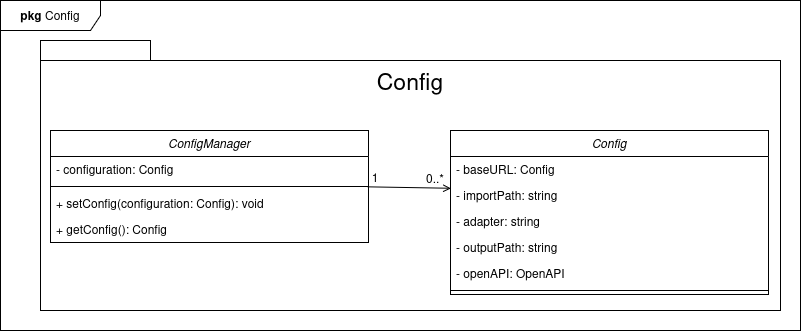
Earlier version of the draw.io export Documentacao/Diagrama de classes/config.drawio.png (ICEI-PUC-Minas-PPLES-TI/plf-es-2025-2-tcci-0393100-dev-arthur-gomes). Source tidied: cells renumbered, new cells last; positions are measured from the earlier drawing's top-left corner, leaving out a move shared by most shapes. Source of this version:
```xml
<mxGraphModel>
  <root>
    <mxCell id="0" />
    <mxCell id="1" parent="0" />
    <mxCell id="2" style="shape=folder;fontStyle=1;spacingTop=10;tabWidth=110;tabHeight=20;tabPosition=left;html=1;whiteSpace=wrap;" parent="1" vertex="1">
      <mxGeometry x="40" y="40" width="740" height="270" as="geometry" />
    </mxCell>
    <mxCell id="3" value="&lt;font style=&quot;font-size: 23px;&quot;&gt;Config&lt;/font&gt;" style="text;html=1;whiteSpace=wrap;strokeColor=none;fillColor=none;align=center;verticalAlign=middle;rounded=0;fontSize=17;" parent="1" vertex="1">
      <mxGeometry x="360" y="60" width="100" height="40" as="geometry" />
    </mxCell>
    <mxCell id="4" style="edgeStyle=orthogonalEdgeStyle;rounded=0;orthogonalLoop=1;jettySize=auto;html=1;exitX=0.5;exitY=1;exitDx=0;exitDy=0;exitPerimeter=0;" parent="1" edge="1" source="2" target="2">
      <mxGeometry relative="1" as="geometry" />
    </mxCell>
    <mxCell id="5" value="ConfigManager" style="swimlane;fontStyle=2;align=center;verticalAlign=top;horizontal=1;startSize=26;rounded=0;shadow=0;strokeWidth=1;" parent="1" vertex="1">
      <mxGeometry x="50" y="130" width="318" height="112" as="geometry" />
    </mxCell>
    <mxCell id="6" value="- configuration: Config" style="text;align=left;verticalAlign=top;spacingLeft=4;spacingRight=4;overflow=hidden;" parent="5" vertex="1">
      <mxGeometry y="26" width="318" height="26" as="geometry" />
    </mxCell>
    <mxCell id="7" style="line;html=1;strokeWidth=1;align=left;verticalAlign=middle;spacingTop=-1;spacingLeft=3;spacingRight=3;labelPosition=right;points=[];portConstraint=eastwest;" parent="5" vertex="1">
      <mxGeometry y="52" width="318" height="8" as="geometry" />
    </mxCell>
    <mxCell id="8" value="+ setConfig(configuration: Config): void" style="text;align=left;verticalAlign=top;spacingLeft=4;spacingRight=4;overflow=hidden;rounded=0;shadow=0;html=0;" parent="5" vertex="1">
      <mxGeometry y="60" width="318" height="26" as="geometry" />
    </mxCell>
    <mxCell id="9" value="+ getConfig(): Config" style="text;align=left;verticalAlign=top;spacingLeft=4;spacingRight=4;overflow=hidden;rounded=0;shadow=0;html=0;" parent="5" vertex="1">
      <mxGeometry y="86" width="318" height="26" as="geometry" />
    </mxCell>
    <mxCell id="10" value="Config" style="swimlane;fontStyle=2;align=center;verticalAlign=top;horizontal=1;startSize=26;rounded=0;shadow=0;strokeWidth=1;" parent="1" vertex="1">
      <mxGeometry x="450" y="130" width="318" height="164" as="geometry" />
    </mxCell>
    <mxCell id="11" value="- baseURL: Config" style="text;align=left;verticalAlign=top;spacingLeft=4;spacingRight=4;overflow=hidden;" parent="10" vertex="1">
      <mxGeometry y="26" width="318" height="26" as="geometry" />
    </mxCell>
    <mxCell id="12" value="- importPath: string" style="text;align=left;verticalAlign=top;spacingLeft=4;spacingRight=4;overflow=hidden;points=[[0,0.5],[1,0.5]];portConstraint=eastwest;" parent="10" vertex="1">
      <mxGeometry y="52" width="318" height="26" as="geometry" />
    </mxCell>
    <mxCell id="13" value="- adapter: string" style="text;align=left;verticalAlign=top;spacingLeft=4;spacingRight=4;overflow=hidden;" parent="10" vertex="1">
      <mxGeometry y="78" width="318" height="26" as="geometry" />
    </mxCell>
    <mxCell id="14" value="- outputPath: string" style="text;align=left;verticalAlign=top;spacingLeft=4;spacingRight=4;overflow=hidden;" parent="10" vertex="1">
      <mxGeometry y="104" width="318" height="26" as="geometry" />
    </mxCell>
    <mxCell id="15" value="- openAPI: OpenAPI" style="text;align=left;verticalAlign=top;spacingLeft=4;spacingRight=4;overflow=hidden;" parent="10" vertex="1">
      <mxGeometry y="130" width="318" height="26" as="geometry" />
    </mxCell>
    <mxCell id="16" style="line;html=1;strokeWidth=1;align=left;verticalAlign=middle;spacingTop=-1;spacingLeft=3;spacingRight=3;labelPosition=right;" parent="10" vertex="1">
      <mxGeometry y="156" width="318" height="8" as="geometry" />
    </mxCell>
    <mxCell id="17" style="endArrow=open;html=1;rounded=0;exitX=0.998;exitY=0.542;exitDx=0;exitDy=0;exitPerimeter=0;entryX=0.001;entryY=0.222;entryDx=0;entryDy=0;entryPerimeter=0;endFill=0;" parent="1" edge="1" source="7" target="12">
      <mxGeometry relative="1" as="geometry" />
    </mxCell>
    <mxCell id="18" value="1" style="text;html=1;whiteSpace=wrap;strokeColor=none;fillColor=none;align=center;verticalAlign=middle;rounded=0;" parent="1" vertex="1">
      <mxGeometry x="360" y="162" width="30" height="30" as="geometry" />
    </mxCell>
    <mxCell id="19" value="0..*" style="text;html=1;whiteSpace=wrap;strokeColor=none;fillColor=none;align=center;verticalAlign=middle;rounded=0;" parent="1" vertex="1">
      <mxGeometry x="420" y="163" width="30" height="30" as="geometry" />
    </mxCell>
    <mxCell id="20" value="&lt;b&gt;pkg&lt;/b&gt;&amp;nbsp;Config" style="shape=umlFrame;whiteSpace=wrap;html=1;width=100;height=30;" parent="1" vertex="1">
      <mxGeometry width="800" height="330" as="geometry" />
    </mxCell>
  </root>
</mxGraphModel>
```
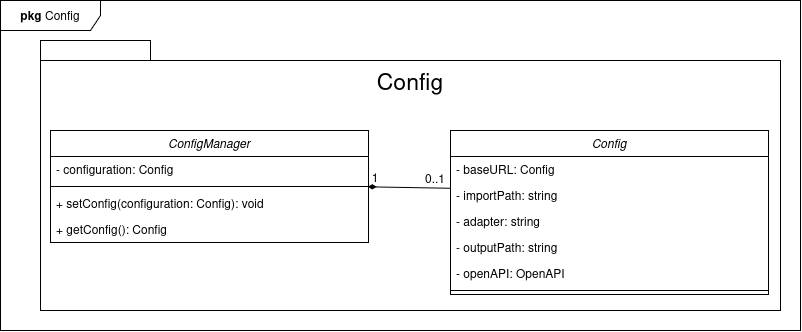
Above is the later version.

Change to the diagram source:
```diff
@@ -47,13 +47,13 @@
     <mxCell id="16" style="line;html=1;strokeWidth=1;align=left;verticalAlign=middle;spacingTop=-1;spacingLeft=3;spacingRight=3;labelPosition=right;" parent="10" vertex="1">
       <mxGeometry y="156" width="318" height="8" as="geometry" />
     </mxCell>
-    <mxCell id="17" style="endArrow=open;html=1;rounded=0;exitX=0.998;exitY=0.542;exitDx=0;exitDy=0;exitPerimeter=0;entryX=0.001;entryY=0.222;entryDx=0;entryDy=0;entryPerimeter=0;endFill=0;" parent="1" edge="1" source="7" target="12">
+    <mxCell id="17" style="endArrow=none;html=1;rounded=0;exitX=0.998;exitY=0.542;exitDx=0;exitDy=0;exitPerimeter=0;entryX=0.001;entryY=0.222;entryDx=0;entryDy=0;entryPerimeter=0;endFill=0;startArrow=diamondThin;startFill=1;" parent="1" edge="1" source="7" target="12">
       <mxGeometry relative="1" as="geometry" />
     </mxCell>
     <mxCell id="18" value="1" style="text;html=1;whiteSpace=wrap;strokeColor=none;fillColor=none;align=center;verticalAlign=middle;rounded=0;" parent="1" vertex="1">
       <mxGeometry x="360" y="162" width="30" height="30" as="geometry" />
     </mxCell>
-    <mxCell id="19" value="0..*" style="text;html=1;whiteSpace=wrap;strokeColor=none;fillColor=none;align=center;verticalAlign=middle;rounded=0;" parent="1" vertex="1">
+    <mxCell id="19" value="0..1" style="text;html=1;whiteSpace=wrap;strokeColor=none;fillColor=none;align=center;verticalAlign=middle;rounded=0;" parent="1" vertex="1">
       <mxGeometry x="420" y="163" width="30" height="30" as="geometry" />
     </mxCell>
     <mxCell id="20" value="&lt;b&gt;pkg&lt;/b&gt;&amp;nbsp;Config" style="shape=umlFrame;whiteSpace=wrap;html=1;width=100;height=30;" parent="1" vertex="1">
```
